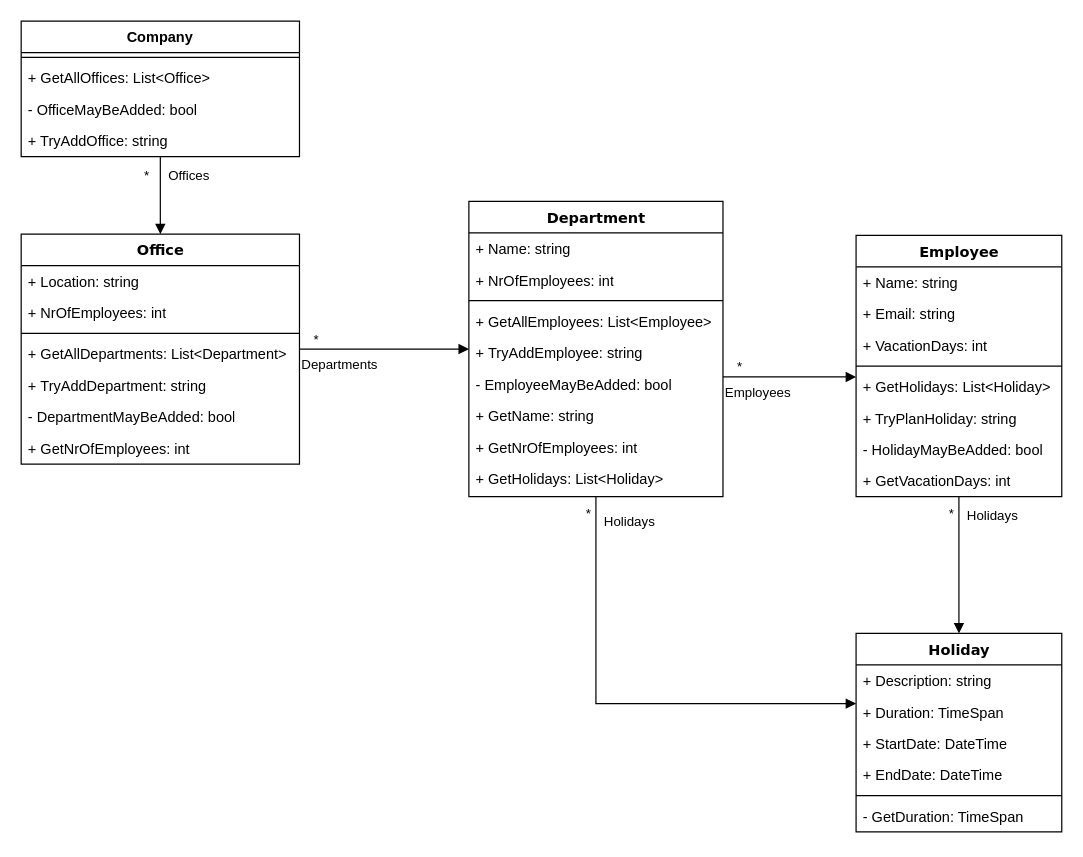
Earlier version of the draw.io diagram Startsemester/Software/Verdieping/VakantiePlanner/Idee/VakantiePlanner.drawio (Bash-04/MyLearningProcess). Source tidied: cells renumbered, new cells numbered last; positions are measured from the earlier drawing's top-left corner, leaving out a move shared by most shapes. Both pictures are drawn from the tidied source at 121%, with x=0, y=0 at pixel (21, 21).
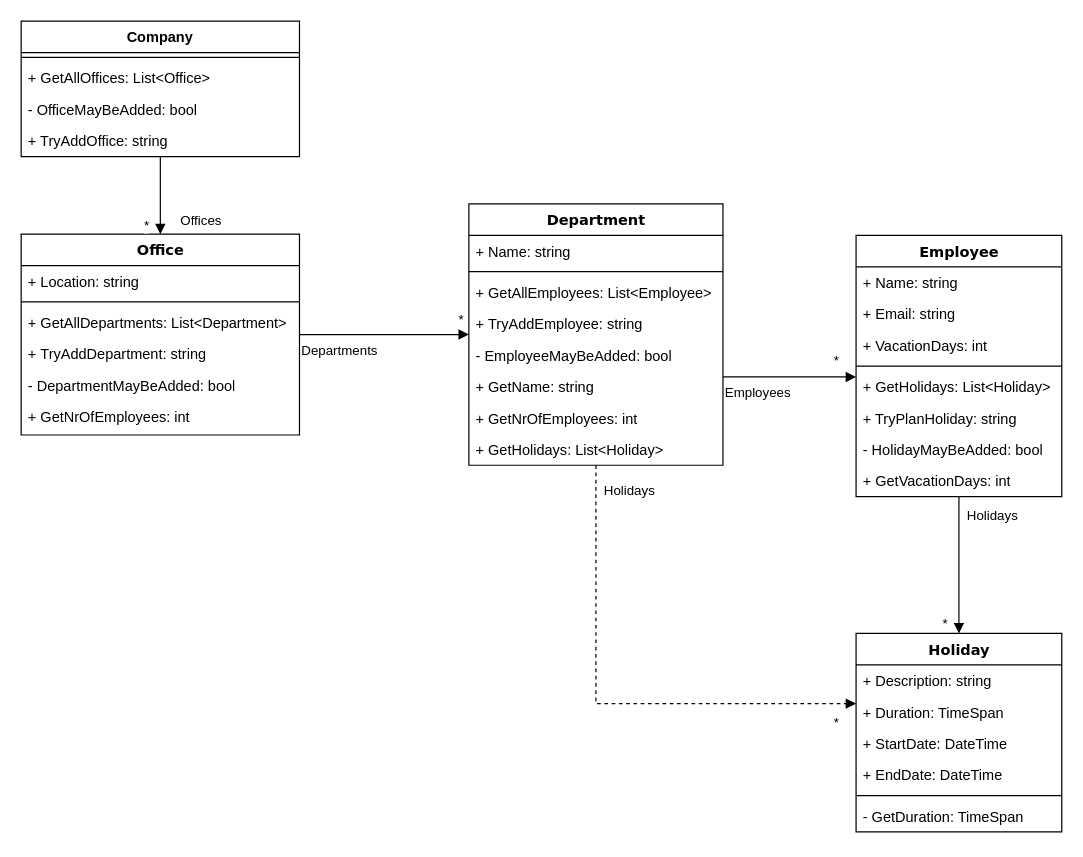
The same page after the edit.

Unchanged cells that the change refers to:
```xml
<mxCell id="29" value="Holiday" style="swimlane;html=1;fontStyle=1;align=center;verticalAlign=top;horizontal=1;startSize=26;swimlaneFillColor=#ffffff;rounded=0;shadow=0;comic=0;labelBackgroundColor=none;strokeWidth=1;fillColor=none;fontFamily=Verdana;fontSize=12;" parent="1" vertex="1">
  <mxGeometry x="690" y="506" width="170" height="164" as="geometry" />
</mxCell>
<mxCell id="36" value="Company" style="swimlane;fontStyle=1;align=center;verticalAlign=top;horizontal=1;startSize=26;" parent="1" vertex="1">
  <mxGeometry width="230" height="112" as="geometry" />
</mxCell>
<mxCell id="41" value="Departments" style="endArrow=block;endFill=1;html=1;edgeStyle=orthogonalEdgeStyle;align=left;verticalAlign=top;rounded=0;" parent="1" edge="1" source="2" target="10">
  <mxGeometry x="-1" relative="1" as="geometry" />
</mxCell>
<mxCell id="43" value="Employees" style="endArrow=block;endFill=1;html=1;edgeStyle=orthogonalEdgeStyle;align=left;verticalAlign=top;rounded=0;" parent="1" edge="1" source="10" target="20">
  <mxGeometry x="-1" relative="1" as="geometry">
    <Array as="points">
      <mxPoint x="670" y="294" />
      <mxPoint x="670" y="294" />
    </Array>
  </mxGeometry>
</mxCell>
<mxCell id="45" value="Holidays" style="endArrow=block;endFill=1;html=1;edgeStyle=orthogonalEdgeStyle;align=left;verticalAlign=top;rounded=0;" parent="1" edge="1" source="20" target="29">
  <mxGeometry x="-0.95" y="5" relative="1" as="geometry" />
</mxCell>
```

Diff of the diagram source:
```diff
@@
     <mxCell id="2" value="Office" style="swimlane;html=1;fontStyle=1;align=center;verticalAlign=top;horizontal=1;startSize=26;swimlaneFillColor=#ffffff;rounded=0;shadow=0;comic=0;labelBackgroundColor=none;strokeWidth=1;fillColor=none;fontFamily=Verdana;fontSize=12;" parent="1" vertex="1">
-      <mxGeometry y="176" width="230" height="190" as="geometry" />
+      <mxGeometry y="176" width="230" height="166" as="geometry" />
     </mxCell>
@@
-    <mxCell id="4" value="+ NrOfEmployees: int" style="text;html=1;strokeColor=none;fillColor=none;align=left;verticalAlign=top;spacingLeft=4;spacingRight=4;whiteSpace=wrap;overflow=hidden;" parent="2" vertex="1">
-      <mxGeometry y="52" width="230" height="26" as="geometry" />
-    </mxCell>
     <mxCell id="5" style="line;html=1;strokeWidth=1;fillColor=none;align=left;verticalAlign=middle;spacingTop=-1;spacingLeft=3;spacingRight=3;labelPosition=right;" parent="2" vertex="1">
-      <mxGeometry y="78" width="230" height="8" as="geometry" />
+      <mxGeometry y="52" width="230" height="8" as="geometry" />
     </mxCell>
     <mxCell id="6" value="+&amp;nbsp;GetAllDepartments: List&amp;lt;Department&amp;gt;" style="text;html=1;strokeColor=none;fillColor=none;align=left;verticalAlign=top;spacingLeft=4;spacingRight=4;whiteSpace=wrap;overflow=hidden;" parent="2" vertex="1">
-      <mxGeometry y="86" width="230" height="26" as="geometry" />
+      <mxGeometry y="60" width="230" height="26" as="geometry" />
     </mxCell>
     <mxCell id="7" value="+&amp;nbsp;TryAddDepartment: string" style="text;html=1;strokeColor=none;fillColor=none;align=left;verticalAlign=top;spacingLeft=4;spacingRight=4;whiteSpace=wrap;overflow=hidden;" parent="2" vertex="1">
-      <mxGeometry y="112" width="230" height="26" as="geometry" />
+      <mxGeometry y="86" width="230" height="26" as="geometry" />
     </mxCell>
     <mxCell id="8" value="- DepartmentMayBeAdded: bool" style="text;html=1;strokeColor=none;fillColor=none;align=left;verticalAlign=top;spacingLeft=4;spacingRight=4;whiteSpace=wrap;overflow=hidden;" parent="2" vertex="1">
-      <mxGeometry y="138" width="230" height="26" as="geometry" />
+      <mxGeometry y="112" width="230" height="26" as="geometry" />
     </mxCell>
     <mxCell id="9" value="+&amp;nbsp;GetNrOfEmployees: int" style="text;html=1;strokeColor=none;fillColor=none;align=left;verticalAlign=top;spacingLeft=4;spacingRight=4;whiteSpace=wrap;overflow=hidden;" parent="2" vertex="1">
-      <mxGeometry y="164" width="230" height="26" as="geometry" />
+      <mxGeometry y="138" width="230" height="26" as="geometry" />
     </mxCell>
     <mxCell id="10" value="Department" style="swimlane;html=1;fontStyle=1;align=center;verticalAlign=top;horizontal=1;startSize=26;swimlaneFillColor=#ffffff;rounded=0;shadow=0;comic=0;labelBackgroundColor=none;strokeWidth=1;fillColor=none;fontFamily=Verdana;fontSize=12;" parent="1" vertex="1">
-      <mxGeometry x="370" y="149" width="210" height="244" as="geometry" />
+      <mxGeometry x="370" y="151" width="210" height="216" as="geometry" />
     </mxCell>
@@
-    <mxCell id="12" value="+ NrOfEmployees: int" style="text;html=1;strokeColor=none;fillColor=none;align=left;verticalAlign=top;spacingLeft=4;spacingRight=4;whiteSpace=wrap;overflow=hidden;" parent="10" vertex="1">
-      <mxGeometry y="52" width="210" height="26" as="geometry" />
-    </mxCell>
     <mxCell id="13" style="line;html=1;strokeWidth=1;fillColor=none;align=left;verticalAlign=middle;spacingTop=-1;spacingLeft=3;spacingRight=3;labelPosition=right;" parent="10" vertex="1">
-      <mxGeometry y="78" width="210" height="8" as="geometry" />
+      <mxGeometry y="52" width="210" height="8" as="geometry" />
     </mxCell>
     <mxCell id="14" value="+&amp;nbsp;GetAllEmployees: List&amp;lt;Employee&amp;gt;" style="text;html=1;strokeColor=none;fillColor=none;align=left;verticalAlign=top;spacingLeft=4;spacingRight=4;whiteSpace=wrap;overflow=hidden;" parent="10" vertex="1">
-      <mxGeometry y="86" width="210" height="26" as="geometry" />
+      <mxGeometry y="60" width="210" height="26" as="geometry" />
     </mxCell>
     <mxCell id="15" value="+&amp;nbsp;TryAddEmployee: string" style="text;html=1;strokeColor=none;fillColor=none;align=left;verticalAlign=top;spacingLeft=4;spacingRight=4;whiteSpace=wrap;overflow=hidden;" parent="10" vertex="1">
-      <mxGeometry y="112" width="210" height="26" as="geometry" />
+      <mxGeometry y="86" width="210" height="26" as="geometry" />
     </mxCell>
     <mxCell id="16" value="- EmployeeMayBeAdded: bool" style="text;html=1;strokeColor=none;fillColor=none;align=left;verticalAlign=top;spacingLeft=4;spacingRight=4;whiteSpace=wrap;overflow=hidden;" parent="10" vertex="1">
-      <mxGeometry y="138" width="210" height="26" as="geometry" />
+      <mxGeometry y="112" width="210" height="26" as="geometry" />
     </mxCell>
     <mxCell id="17" value="+&amp;nbsp;GetName: string" style="text;html=1;strokeColor=none;fillColor=none;align=left;verticalAlign=top;spacingLeft=4;spacingRight=4;whiteSpace=wrap;overflow=hidden;" parent="10" vertex="1">
-      <mxGeometry y="164" width="210" height="26" as="geometry" />
+      <mxGeometry y="138" width="210" height="26" as="geometry" />
     </mxCell>
     <mxCell id="18" value="+&amp;nbsp;GetNrOfEmployees: int" style="text;html=1;strokeColor=none;fillColor=none;align=left;verticalAlign=top;spacingLeft=4;spacingRight=4;whiteSpace=wrap;overflow=hidden;" parent="10" vertex="1">
-      <mxGeometry y="190" width="210" height="26" as="geometry" />
+      <mxGeometry y="164" width="210" height="26" as="geometry" />
     </mxCell>
     <mxCell id="19" value="+&amp;nbsp;GetHolidays: List&amp;lt;Holiday&amp;gt;" style="text;html=1;strokeColor=none;fillColor=none;align=left;verticalAlign=top;spacingLeft=4;spacingRight=4;whiteSpace=wrap;overflow=hidden;" parent="10" vertex="1">
-      <mxGeometry y="216" width="210" height="26" as="geometry" />
+      <mxGeometry y="190" width="210" height="26" as="geometry" />
     </mxCell>
@@
     <mxCell id="42" value="*" style="edgeLabel;html=1;align=left;verticalAlign=bottom;" parent="41" vertex="1">
       <mxGeometry x="-1" relative="1" as="geometry">
-        <mxPoint x="10" as="offset" />
+        <mxPoint x="130" y="-4" as="offset" />
       </mxGeometry>
     </mxCell>
@@
     <mxCell id="44" value="*" style="edgeLabel;html=1;align=left;verticalAlign=bottom;" parent="43" vertex="1">
       <mxGeometry x="-1" relative="1" as="geometry">
-        <mxPoint x="10" as="offset" />
+        <mxPoint x="90" y="-5" as="offset" />
       </mxGeometry>
     </mxCell>
@@
     <mxCell id="46" value="*" style="edgeLabel;html=1;align=left;verticalAlign=bottom;" parent="45" vertex="1">
       <mxGeometry x="-1" relative="1" as="geometry">
-        <mxPoint x="-10" y="22" as="offset" />
+        <mxPoint x="-15" y="113" as="offset" />
       </mxGeometry>
     </mxCell>
     <mxCell id="47" value="Offices" style="endArrow=block;endFill=1;html=1;edgeStyle=orthogonalEdgeStyle;align=left;verticalAlign=top;rounded=0;" parent="1" edge="1" source="36" target="2">
-      <mxGeometry x="-0.91" y="5" relative="1" as="geometry" />
+      <mxGeometry x="0.25" y="15" relative="1" as="geometry" />
     </mxCell>
     <mxCell id="48" value="*" style="edgeLabel;html=1;align=left;verticalAlign=bottom;" parent="47" vertex="1">
       <mxGeometry x="-1" relative="1" as="geometry">
-        <mxPoint x="-15" y="24" as="offset" />
+        <mxPoint x="-15" y="65" as="offset" />
       </mxGeometry>
     </mxCell>
-    <mxCell id="49" value="Holidays" style="endArrow=block;endFill=1;html=1;edgeStyle=orthogonalEdgeStyle;align=left;verticalAlign=top;rounded=0;" parent="1" edge="1" source="10" target="29">
+    <mxCell id="49" value="Holidays" style="endArrow=block;endFill=1;html=1;edgeStyle=orthogonalEdgeStyle;align=left;verticalAlign=top;rounded=0;dashed=1;" parent="1" edge="1" source="10" target="29">
       <mxGeometry x="-0.96" y="5" relative="1" as="geometry">
         <Array as="points">
           <mxPoint x="475" y="564" />
         </Array>
       </mxGeometry>
     </mxCell>
     <mxCell id="50" value="*" style="edgeLabel;html=1;align=left;verticalAlign=bottom;" parent="49" vertex="1">
       <mxGeometry x="-1" relative="1" as="geometry">
-        <mxPoint x="-10" y="22" as="offset" />
+        <mxPoint x="195" y="221" as="offset" />
       </mxGeometry>
     </mxCell>
```
